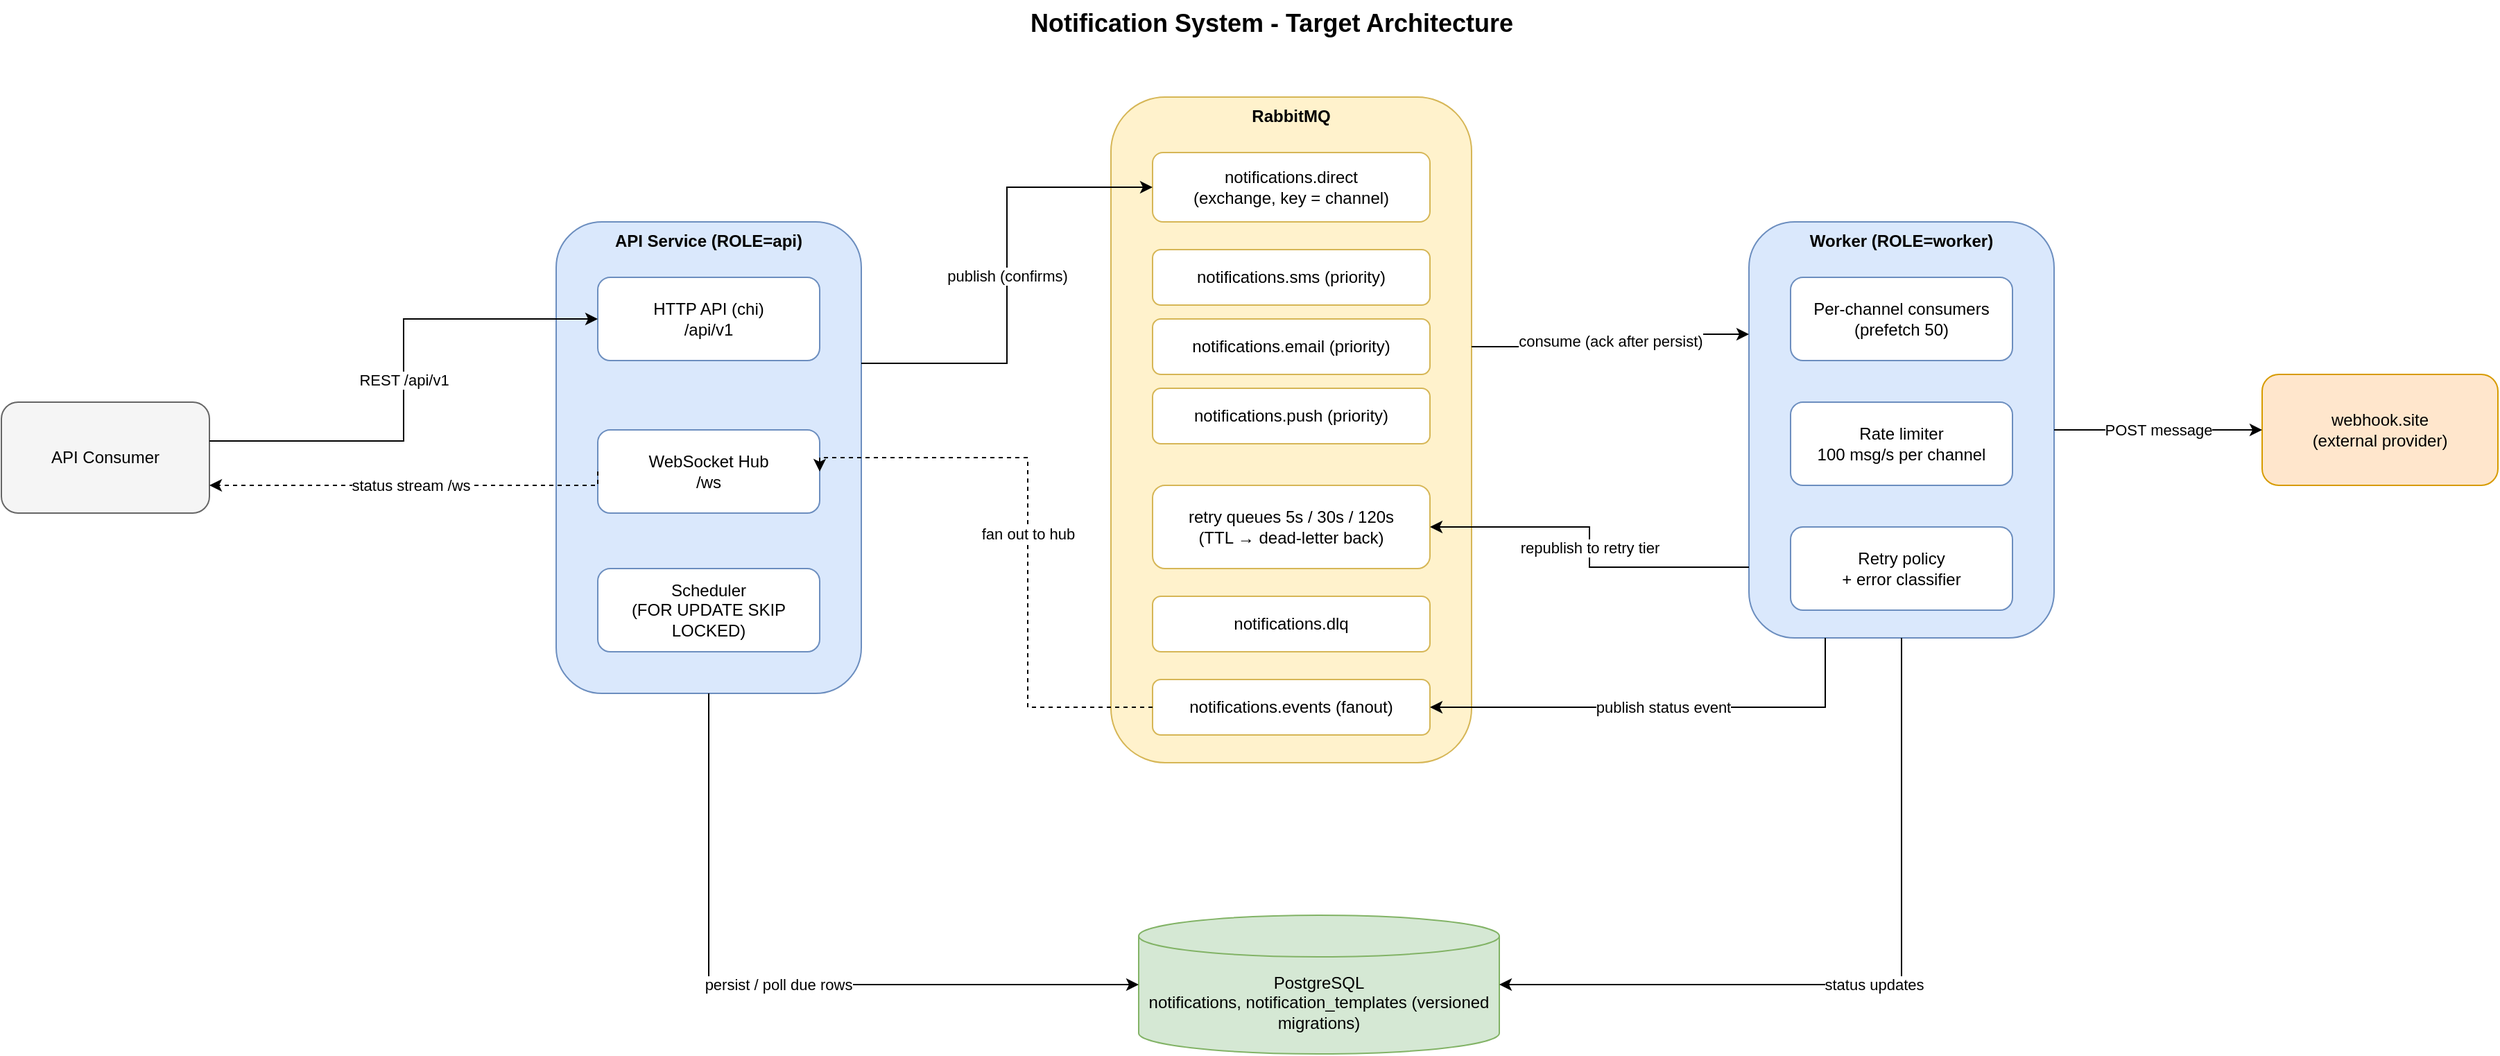
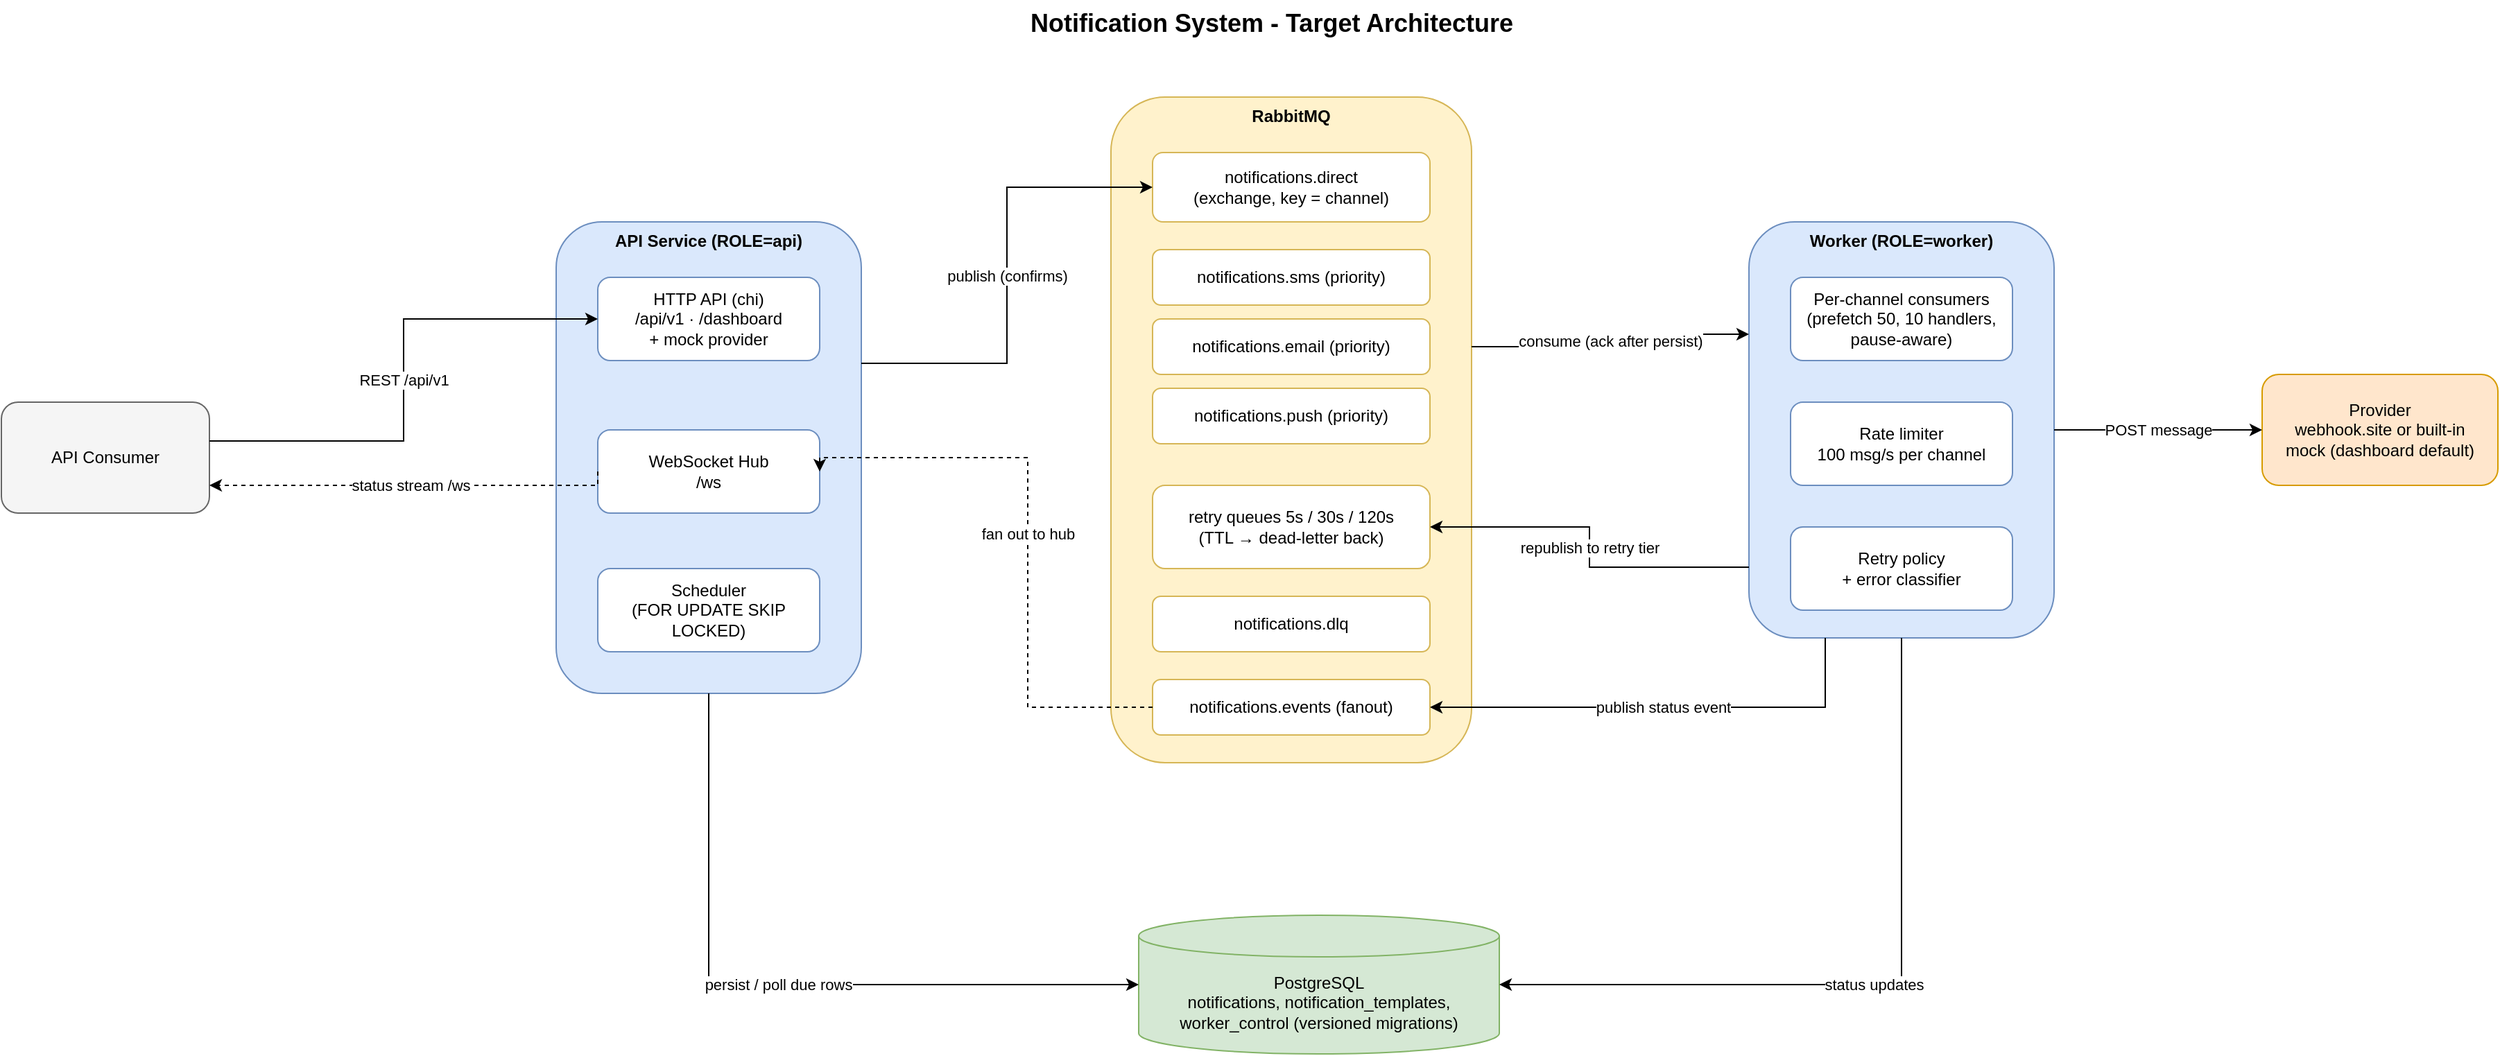
<mxfile host="app.diagrams.net" agent="drawio">
  <diagram id="notification-architecture" name="Architecture">
    <mxGraphModel dx="2955" dy="811" grid="1" gridSize="10" guides="1" tooltips="1" connect="1" arrows="1" fold="1" page="1" pageScale="1" pageWidth="1500" pageHeight="800" math="0" shadow="0">
      <root>
        <mxCell id="0" />
        <mxCell id="1" parent="0" />
        <mxCell id="title" parent="1" style="text;html=1;fontSize=18;fontStyle=1;align=left;" value="Notification System - Target Architecture" vertex="1">
          <mxGeometry height="30" width="360" x="520" y="10" as="geometry" />
        </mxCell>
        <mxCell id="client" parent="1" style="rounded=1;whiteSpace=wrap;html=1;fillColor=#f5f5f5;strokeColor=#666666;" value="API Consumer" vertex="1">
          <mxGeometry height="80" width="150" x="-220" y="300" as="geometry" />
        </mxCell>
        <mxCell id="apisvc" parent="1" style="rounded=1;whiteSpace=wrap;html=1;verticalAlign=top;fontStyle=1;fillColor=#dae8fc;strokeColor=#6c8ebf;" value="API Service (ROLE=api)" vertex="1">
          <mxGeometry height="340" width="220" x="180" y="170" as="geometry" />
        </mxCell>
-         <mxCell id="httpapi" parent="apisvc" style="rounded=1;whiteSpace=wrap;html=1;fillColor=#ffffff;strokeColor=#6c8ebf;" value="HTTP API (chi)&#xa;/api/v1" vertex="1">
+         <mxCell id="httpapi" parent="apisvc" style="rounded=1;whiteSpace=wrap;html=1;fillColor=#ffffff;strokeColor=#6c8ebf;" value="HTTP API (chi)&#xa;/api/v1 · /dashboard&#xa;+ mock provider" vertex="1">
          <mxGeometry height="60" width="160" x="30" y="40" as="geometry" />
        </mxCell>
        <mxCell id="wshub" parent="apisvc" style="rounded=1;whiteSpace=wrap;html=1;fillColor=#ffffff;strokeColor=#6c8ebf;" value="WebSocket Hub&#xa;/ws" vertex="1">
          <mxGeometry height="60" width="160" x="30" y="150" as="geometry" />
        </mxCell>
        <mxCell id="scheduler" parent="apisvc" style="rounded=1;whiteSpace=wrap;html=1;fillColor=#ffffff;strokeColor=#6c8ebf;" value="Scheduler&#xa;(FOR UPDATE SKIP LOCKED)" vertex="1">
          <mxGeometry height="60" width="160" x="30" y="250" as="geometry" />
        </mxCell>
        <mxCell id="rabbit" parent="1" style="rounded=1;whiteSpace=wrap;html=1;verticalAlign=top;fontStyle=1;fillColor=#fff2cc;strokeColor=#d6b656;" value="RabbitMQ" vertex="1">
          <mxGeometry height="480" width="260" x="580" y="80" as="geometry" />
        </mxCell>
        <mxCell id="exchange" parent="rabbit" style="rounded=1;whiteSpace=wrap;html=1;fillColor=#ffffff;strokeColor=#d6b656;" value="notifications.direct&#xa;(exchange, key = channel)" vertex="1">
          <mxGeometry height="50" width="200" x="30" y="40" as="geometry" />
        </mxCell>
        <mxCell id="qsms" parent="rabbit" style="rounded=1;whiteSpace=wrap;html=1;fillColor=#ffffff;strokeColor=#d6b656;" value="notifications.sms (priority)" vertex="1">
          <mxGeometry height="40" width="200" x="30" y="110" as="geometry" />
        </mxCell>
        <mxCell id="qemail" parent="rabbit" style="rounded=1;whiteSpace=wrap;html=1;fillColor=#ffffff;strokeColor=#d6b656;" value="notifications.email (priority)" vertex="1">
          <mxGeometry height="40" width="200" x="30" y="160" as="geometry" />
        </mxCell>
        <mxCell id="qpush" parent="rabbit" style="rounded=1;whiteSpace=wrap;html=1;fillColor=#ffffff;strokeColor=#d6b656;" value="notifications.push (priority)" vertex="1">
          <mxGeometry height="40" width="200" x="30" y="210" as="geometry" />
        </mxCell>
        <mxCell id="retryq" parent="rabbit" style="rounded=1;whiteSpace=wrap;html=1;fillColor=#ffffff;strokeColor=#d6b656;" value="retry queues 5s / 30s / 120s&#xa;(TTL → dead-letter back)" vertex="1">
          <mxGeometry height="60" width="200" x="30" y="280" as="geometry" />
        </mxCell>
        <mxCell id="dlq" parent="rabbit" style="rounded=1;whiteSpace=wrap;html=1;fillColor=#ffffff;strokeColor=#d6b656;" value="notifications.dlq" vertex="1">
          <mxGeometry height="40" width="200" x="30" y="360" as="geometry" />
        </mxCell>
        <mxCell id="events" parent="rabbit" style="rounded=1;whiteSpace=wrap;html=1;fillColor=#ffffff;strokeColor=#d6b656;" value="notifications.events (fanout)" vertex="1">
          <mxGeometry height="40" width="200" x="30" y="420" as="geometry" />
        </mxCell>
        <mxCell id="workersvc" parent="1" style="rounded=1;whiteSpace=wrap;html=1;verticalAlign=top;fontStyle=1;fillColor=#dae8fc;strokeColor=#6c8ebf;" value="Worker (ROLE=worker)" vertex="1">
          <mxGeometry height="300" width="220" x="1040" y="170" as="geometry" />
        </mxCell>
-         <mxCell id="consumers" parent="workersvc" style="rounded=1;whiteSpace=wrap;html=1;fillColor=#ffffff;strokeColor=#6c8ebf;" value="Per-channel consumers&#xa;(prefetch 50)" vertex="1">
+         <mxCell id="consumers" parent="workersvc" style="rounded=1;whiteSpace=wrap;html=1;fillColor=#ffffff;strokeColor=#6c8ebf;" value="Per-channel consumers&#xa;(prefetch 50, 10 handlers,&#xa;pause-aware)" vertex="1">
          <mxGeometry height="60" width="160" x="30" y="40" as="geometry" />
        </mxCell>
        <mxCell id="limiter" parent="workersvc" style="rounded=1;whiteSpace=wrap;html=1;fillColor=#ffffff;strokeColor=#6c8ebf;" value="Rate limiter&#xa;100 msg/s per channel" vertex="1">
          <mxGeometry height="60" width="160" x="30" y="130" as="geometry" />
        </mxCell>
        <mxCell id="retrypolicy" parent="workersvc" style="rounded=1;whiteSpace=wrap;html=1;fillColor=#ffffff;strokeColor=#6c8ebf;" value="Retry policy&#xa;+ error classifier" vertex="1">
          <mxGeometry height="60" width="160" x="30" y="220" as="geometry" />
        </mxCell>
-         <mxCell id="provider" parent="1" style="rounded=1;whiteSpace=wrap;html=1;fillColor=#ffe6cc;strokeColor=#d79b00;" value="webhook.site&#xa;(external provider)" vertex="1">
+         <mxCell id="provider" parent="1" style="rounded=1;whiteSpace=wrap;html=1;fillColor=#ffe6cc;strokeColor=#d79b00;" value="Provider&#xa;webhook.site or built-in&#xa;mock (dashboard default)" vertex="1">
          <mxGeometry height="80" width="170" x="1410" y="280" as="geometry" />
        </mxCell>
-         <mxCell id="postgres" parent="1" style="shape=cylinder3;whiteSpace=wrap;html=1;boundedLbl=1;backgroundOutline=1;size=15;fillColor=#d5e8d4;strokeColor=#82b366;" value="PostgreSQL&#xa;notifications, notification_templates (versioned migrations)" vertex="1">
+         <mxCell id="postgres" parent="1" style="shape=cylinder3;whiteSpace=wrap;html=1;boundedLbl=1;backgroundOutline=1;size=15;fillColor=#d5e8d4;strokeColor=#82b366;" value="PostgreSQL&#xa;notifications, notification_templates, worker_control (versioned migrations)" vertex="1">
          <mxGeometry height="100" width="260" x="600" y="670" as="geometry" />
        </mxCell>
        <mxCell id="e1" edge="1" parent="1" source="client" style="edgeStyle=orthogonalEdgeStyle;rounded=0;html=1;exitX=1;exitY=0.35;exitDx=0;exitDy=0;entryX=0;entryY=0.5;entryDx=0;entryDy=0;" target="httpapi" value="REST /api/v1">
          <mxGeometry relative="1" as="geometry" />
        </mxCell>
        <mxCell id="e2" edge="1" parent="1" source="wshub" style="edgeStyle=orthogonalEdgeStyle;rounded=0;html=1;dashed=1;exitX=0;exitY=0.5;exitDx=0;exitDy=0;entryX=1;entryY=0.75;entryDx=0;entryDy=0;" target="client" value="status stream /ws">
          <mxGeometry relative="1" as="geometry">
            <Array as="points">
              <mxPoint x="210" y="360" />
            </Array>
          </mxGeometry>
        </mxCell>
        <mxCell id="e3" edge="1" parent="1" source="apisvc" style="edgeStyle=orthogonalEdgeStyle;rounded=0;html=1;exitX=1;exitY=0.3;exitDx=0;exitDy=0;entryX=0;entryY=0.5;entryDx=0;entryDy=0;" target="exchange" value="publish (confirms)">
          <mxGeometry relative="1" as="geometry" />
        </mxCell>
        <mxCell id="e4" edge="1" parent="1" source="apisvc" style="edgeStyle=orthogonalEdgeStyle;rounded=0;html=1;exitX=0.5;exitY=1;exitDx=0;exitDy=0;entryX=0;entryY=0.5;entryDx=0;entryDy=0;" target="postgres" value="persist / poll due rows">
          <mxGeometry relative="1" as="geometry">
            <Array as="points">
              <mxPoint x="290" y="720" />
            </Array>
          </mxGeometry>
        </mxCell>
        <mxCell id="e5" edge="1" parent="1" source="rabbit" style="edgeStyle=orthogonalEdgeStyle;rounded=0;html=1;exitX=1;exitY=0.375;exitDx=0;exitDy=0;entryX=0;entryY=0.27;entryDx=0;entryDy=0;" target="workersvc" value="consume (ack after persist)">
          <mxGeometry relative="1" as="geometry" />
        </mxCell>
        <mxCell id="e6" edge="1" parent="1" source="workersvc" style="edgeStyle=orthogonalEdgeStyle;rounded=0;html=1;exitX=1;exitY=0.5;exitDx=0;exitDy=0;entryX=0;entryY=0.5;entryDx=0;entryDy=0;" target="provider" value="POST message">
          <mxGeometry relative="1" as="geometry" />
        </mxCell>
        <mxCell id="e7" edge="1" parent="1" source="workersvc" style="edgeStyle=orthogonalEdgeStyle;rounded=0;html=1;exitX=0.5;exitY=1;exitDx=0;exitDy=0;entryX=1;entryY=0.5;entryDx=0;entryDy=0;" target="postgres" value="status updates">
          <mxGeometry relative="1" as="geometry">
            <Array as="points">
              <mxPoint x="1150" y="720" />
            </Array>
          </mxGeometry>
        </mxCell>
        <mxCell id="e8" edge="1" parent="1" source="workersvc" style="edgeStyle=orthogonalEdgeStyle;rounded=0;html=1;exitX=0;exitY=0.83;exitDx=0;exitDy=0;entryX=1;entryY=0.5;entryDx=0;entryDy=0;" target="retryq" value="republish to retry tier">
          <mxGeometry relative="1" as="geometry" />
        </mxCell>
        <mxCell id="e9" edge="1" parent="1" source="workersvc" style="edgeStyle=orthogonalEdgeStyle;rounded=0;html=1;exitX=0.25;exitY=1;exitDx=0;exitDy=0;entryX=1;entryY=0.5;entryDx=0;entryDy=0;" target="events" value="publish status event">
          <mxGeometry relative="1" as="geometry">
            <Array as="points">
              <mxPoint x="1095" y="520" />
            </Array>
          </mxGeometry>
        </mxCell>
        <mxCell id="e10" edge="1" parent="1" source="events" style="edgeStyle=orthogonalEdgeStyle;rounded=0;html=1;dashed=1;exitX=0;exitY=0.5;exitDx=0;exitDy=0;entryX=1;entryY=0.5;entryDx=0;entryDy=0;" target="wshub" value="fan out to hub">
          <mxGeometry relative="1" as="geometry">
            <Array as="points">
              <mxPoint x="520" y="520" />
              <mxPoint x="520" y="340" />
            </Array>
          </mxGeometry>
        </mxCell>
      </root>
    </mxGraphModel>
  </diagram>
</mxfile>
